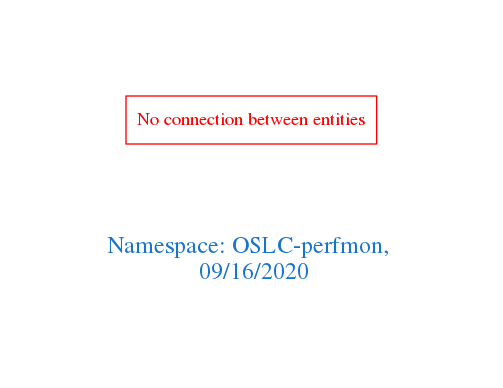
Above: downloads/OSLC-perfmon.png in arago/OGIT (Graphviz), before the change. Its source is kept beside it as downloads/OSLC-perfmon.dot.
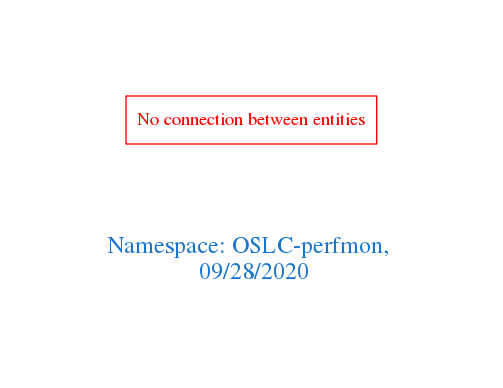
The same diagram one commit later.

Change to the diagram source:
```diff
@@ -1,7 +1,7 @@
 digraph OGIT_ontology {
  graph [ rankdir= LR,pad=1
 fontsize = 18,
-fontcolor= dodgerblue3,label = "\n\n\nNamespace: OSLC-perfmon, \n 09/16/2020"];
+fontcolor= dodgerblue3,label = "\n\n\nNamespace: OSLC-perfmon, \n 09/28/2020"];
 node[shape=polygon];
 edge [  color="gray81"];
 
```
